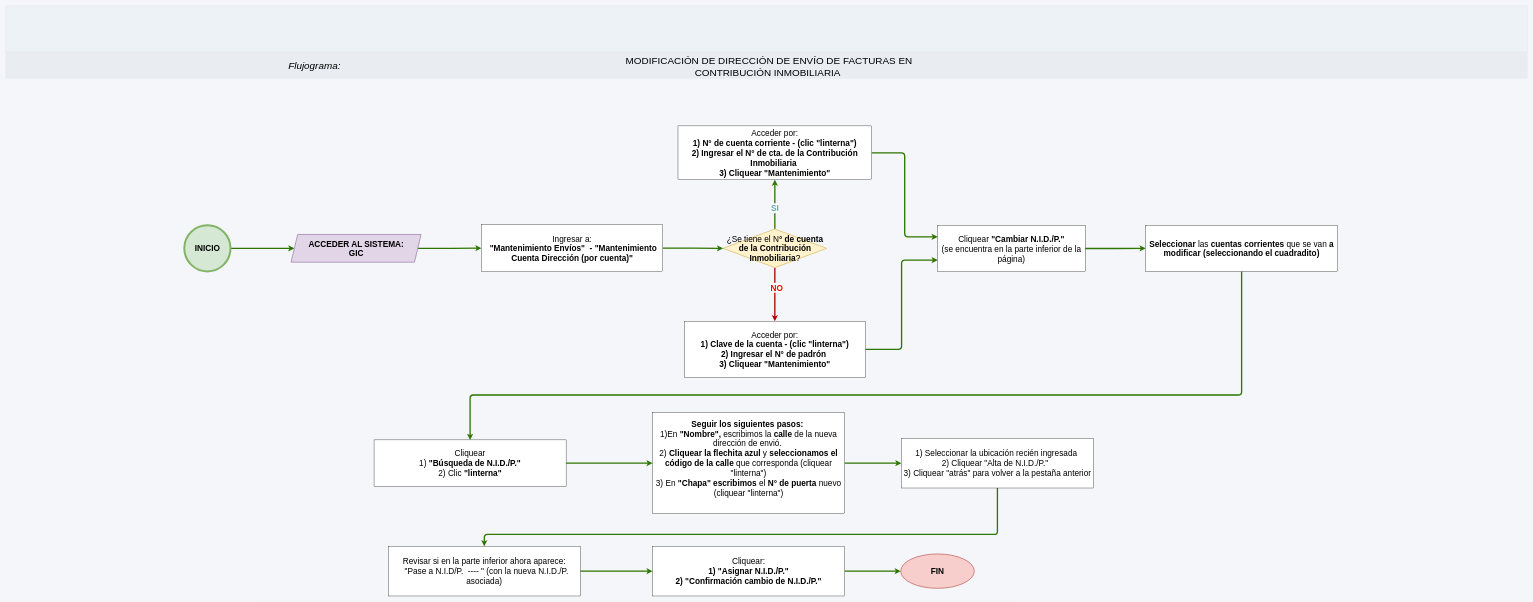
Before: page "Cambio dirección de facturas" (5 of 6) of GIC_contribucion/GIC_contribucion.drawio in adlc20/Manual_de_procedimientos_ccz9, a draw.io diagram. Source tidied: cells renumbered, new cells numbered last; positions are measured from the earlier drawing's top-left corner, leaving out a move shared by most shapes. Both pictures are drawn from the tidied source at 33%, with x=0, y=0 at pixel (6, 6).
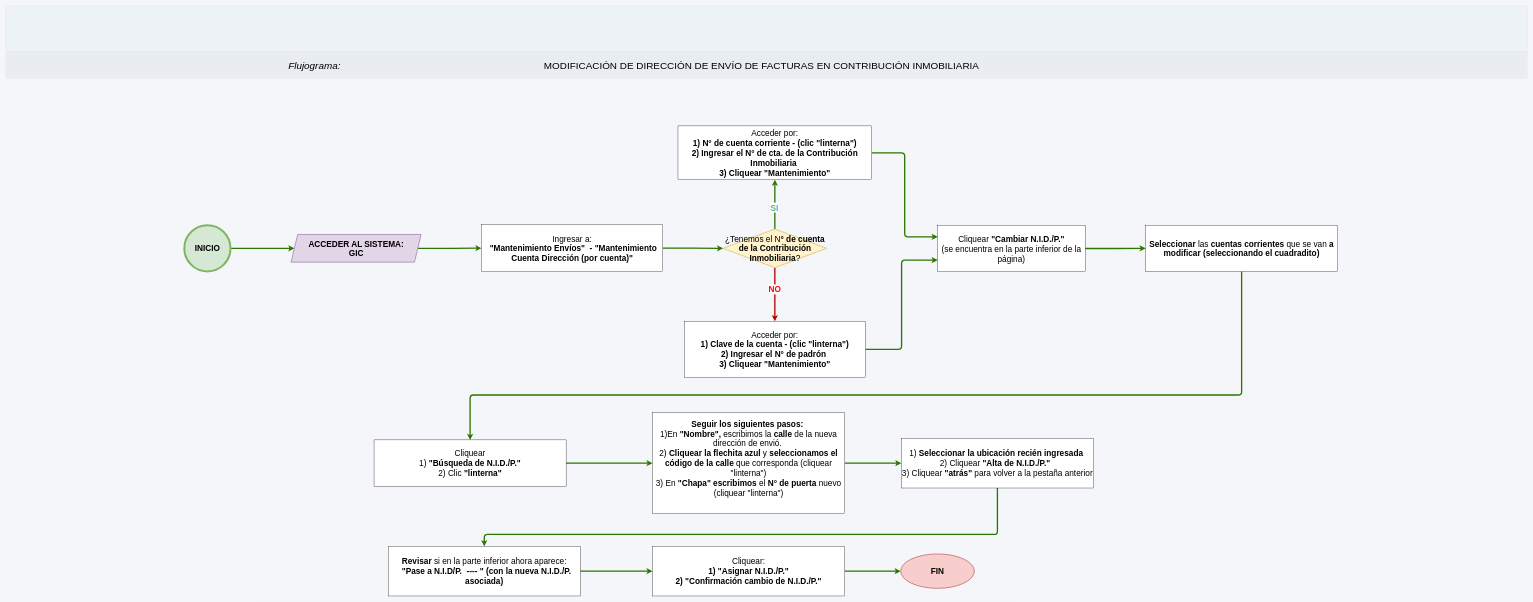
The same diagram, later.

The change refers to these unchanged cells:
```xml
<mxCell id="12" style="edgeStyle=orthogonalEdgeStyle;rounded=0;jettySize=auto;html=1;exitX=0.5;exitY=1;exitDx=0;exitDy=0;fillColor=#e51400;strokeColor=#B20000;strokeWidth=4;" parent="1" edge="1" source="16" target="18">
  <mxGeometry relative="1" as="geometry" />
</mxCell>
<mxCell id="14" style="edgeStyle=orthogonalEdgeStyle;rounded=0;jettySize=auto;html=1;exitX=0.5;exitY=0;exitDx=0;exitDy=0;fillColor=#60a917;strokeColor=#2D7600;strokeWidth=4;" parent="1" edge="1" source="16" target="20">
  <mxGeometry x="0.49" relative="1" as="geometry" />
</mxCell>
```

Change to the diagram source:
```diff
@@
     <mxCell id="5" value="&lt;font style=&quot;font-size: 30px;&quot;&gt;MODIFICACIÓN DE DIRECCIÓN DE ENVÍO DE FACTURAS EN CONTRIBUCIÓN INMOBILIARIA&amp;nbsp;&lt;/font&gt;" style="text;html=1;whiteSpace=wrap;strokeColor=none;fillColor=none;align=center;verticalAlign=middle;rounded=0;" parent="1" vertex="1">
-      <mxGeometry x="1787" y="146" width="1052.1" height="74" as="geometry" />
+      <mxGeometry x="1604" y="145" width="1381" height="74" as="geometry" />
     </mxCell>
@@
     <mxCell id="13" value="&lt;font style=&quot;font-size: 25px;&quot;&gt;&lt;b style=&quot;color: rgb(255, 0, 0);&quot;&gt;NO&lt;/b&gt;&lt;/font&gt;" style="edgeLabel;html=1;align=center;verticalAlign=middle;" parent="12" vertex="1">
       <mxGeometry x="-0.31" y="-4" relative="1" as="geometry">
-        <mxPoint x="9" y="4" as="offset" />
+        <mxPoint x="3" y="9" as="offset" />
       </mxGeometry>
     </mxCell>
@@
     <mxCell id="15" value="&lt;font style=&quot;font-size: 25px; color: rgb(103, 171, 159);&quot;&gt;&lt;b&gt;SI&lt;/b&gt;&lt;/font&gt;" style="edgeLabel;html=1;align=center;verticalAlign=middle;" parent="14" vertex="1">
       <mxGeometry x="-0.18" y="12" relative="1" as="geometry">
-        <mxPoint x="12" y="-3" as="offset" />
+        <mxPoint x="10" y="-5" as="offset" />
       </mxGeometry>
     </mxCell>
-    <mxCell id="16" value="&lt;font&gt;¿Se tiene el N&lt;b&gt;° de cuenta de la Contribución Inmobiliaria&lt;/b&gt;?&lt;/font&gt;" style="rhombus;whiteSpace=wrap;html=1;fillColor=#fff2cc;strokeColor=#d6b656;fontSize=25;strokeWidth=2;" parent="1" vertex="1">
+    <mxCell id="16" value="&lt;font&gt;¿Tenemos el N&lt;b&gt;° de cuenta de la Contribución Inmobiliaria&lt;/b&gt;?&lt;/font&gt;" style="rhombus;whiteSpace=wrap;html=1;fillColor=#fff2cc;strokeColor=#d6b656;fontSize=25;strokeWidth=2;" parent="1" vertex="1">
       <mxGeometry x="2173.5" y="676.5" width="314" height="117" as="geometry" />
     </mxCell>
@@
-    <mxCell id="28" value="&lt;span style=&quot;font-size: 25px;&quot;&gt;&lt;b&gt;Seguir los siguientes pasos:&lt;/b&gt;&amp;nbsp;&lt;/span&gt;&lt;div&gt;&lt;span style=&quot;font-size: 25px;&quot;&gt;1)En&amp;nbsp;&lt;b&gt;&quot;Nombre&quot;,&amp;nbsp;&lt;/b&gt;escribimos la&lt;b&gt; calle &lt;/b&gt;de la nueva dirección de envió.&amp;nbsp;&lt;/span&gt;&lt;/div&gt;&lt;div&gt;&lt;span style=&quot;font-size: 25px;&quot;&gt;2)&lt;b&gt; Cliquear la flechita azul&lt;/b&gt; y &lt;b&gt;seleccionamos el código de la calle&lt;/b&gt; que corresponda (cliquear &quot;linterna&quot;)&lt;/span&gt;&lt;/div&gt;&lt;div&gt;&lt;span style=&quot;font-size: 25px;&quot;&gt;3) En &lt;b&gt;&quot;Chapa&quot;&lt;/b&gt; &lt;b&gt;escribimos&lt;/b&gt; el&lt;b&gt; N° de puerta&lt;/b&gt; nuevo (cliquear &quot;linterna&quot;)&lt;/span&gt;&lt;/div&gt;&lt;div&gt;&lt;span style=&quot;font-size: 25px;&quot;&gt;&lt;br&gt;&lt;/span&gt;&lt;/div&gt;" style="rounded=0;whiteSpace=wrap;html=1;" parent="1" vertex="1">
+    <mxCell id="28" value="&lt;span style=&quot;font-size: 25px;&quot;&gt;&lt;b&gt;Seguir los siguientes pasos:&lt;/b&gt;&amp;nbsp;&lt;/span&gt;&lt;div&gt;&lt;div&gt;&lt;span style=&quot;font-size: 25px;&quot;&gt;1)En&amp;nbsp;&lt;b&gt;&quot;Nombre&quot;,&amp;nbsp;&lt;/b&gt;escribimos la&lt;b&gt; calle &lt;/b&gt;de la nueva dirección de envió.&amp;nbsp;&lt;/span&gt;&lt;/div&gt;&lt;div&gt;&lt;span style=&quot;font-size: 25px;&quot;&gt;2)&lt;b&gt; Cliquear la flechita azul&lt;/b&gt; y &lt;b&gt;seleccionamos el código de la calle&lt;/b&gt; que corresponda (cliquear &quot;linterna&quot;)&lt;/span&gt;&lt;/div&gt;&lt;div&gt;&lt;span style=&quot;font-size: 25px;&quot;&gt;3) En &lt;b&gt;&quot;Chapa&quot;&lt;/b&gt; &lt;b&gt;escribimos&lt;/b&gt; el&lt;b&gt; N° de puerta&lt;/b&gt; nuevo (cliquear &quot;linterna&quot;)&lt;/span&gt;&lt;/div&gt;&lt;div&gt;&lt;span style=&quot;font-size: 25px;&quot;&gt;&lt;br&gt;&lt;/span&gt;&lt;/div&gt;&lt;/div&gt;" style="rounded=0;whiteSpace=wrap;html=1;" parent="1" vertex="1">
       <mxGeometry x="1960" y="1233" width="582" height="306" as="geometry" />
     </mxCell>
@@
-    <mxCell id="30" value="&lt;span style=&quot;font-size: 25px;&quot;&gt;1) Seleccionar la ubicación recién ingresada&amp;nbsp;&lt;/span&gt;&lt;div&gt;&lt;span style=&quot;font-size: 25px;&quot;&gt;2) Cliquear &quot;Alta de N.I.D./P.&quot;&amp;nbsp;&amp;nbsp;&lt;/span&gt;&lt;/div&gt;&lt;div&gt;&lt;span style=&quot;font-size: 25px;&quot;&gt;3) Cliquear &quot;atrás&quot; para volver a la pestaña anterior&lt;/span&gt;&lt;/div&gt;" style="rounded=0;whiteSpace=wrap;html=1;" parent="1" vertex="1">
+    <mxCell id="30" value="&lt;span style=&quot;font-size: 25px;&quot;&gt;1) &lt;b&gt;Seleccionar la ubicación recién ingresada&amp;nbsp;&lt;/b&gt;&lt;/span&gt;&lt;div&gt;&lt;span style=&quot;font-size: 25px;&quot;&gt;2) Cliquear &lt;b&gt;&quot;Alta de N.I.D./P.&quot;&amp;nbsp;&lt;/b&gt;&amp;nbsp;&lt;/span&gt;&lt;/div&gt;&lt;div&gt;&lt;span style=&quot;font-size: 25px;&quot;&gt;3) Cliquear&lt;b&gt; &quot;atrás&quot; &lt;/b&gt;para volver a la pestaña anterior&lt;/span&gt;&lt;/div&gt;" style="rounded=0;whiteSpace=wrap;html=1;" parent="1" vertex="1">
       <mxGeometry x="2714" y="1310.8" width="582" height="150.5" as="geometry" />
     </mxCell>
@@
-    <mxCell id="32" value="&lt;span style=&quot;font-size: 25px;&quot;&gt;Revisar si en la parte inferior ahora aparece:&lt;/span&gt;&lt;div&gt;&lt;div&gt;&lt;span style=&quot;font-size: 25px;&quot;&gt;&amp;nbsp; &quot;Pase a N.I.D/P.&amp;nbsp; ---- &quot; (con la nueva N.I.D./P. asociada)&lt;/span&gt;&lt;/div&gt;&lt;/div&gt;" style="rounded=0;whiteSpace=wrap;html=1;" parent="1" vertex="1">
+    <mxCell id="32" value="&lt;span style=&quot;font-size: 25px;&quot;&gt;&lt;b&gt;Revisar &lt;/b&gt;si en la parte inferior ahora aparece:&lt;/span&gt;&lt;div&gt;&lt;div&gt;&lt;span style=&quot;font-size: 25px;&quot;&gt;&lt;b&gt;&amp;nbsp; &quot;Pase a N.I.D/P.&amp;nbsp; ---- &quot; (con la nueva N.I.D./P. asociada)&lt;/b&gt;&lt;/span&gt;&lt;/div&gt;&lt;/div&gt;" style="rounded=0;whiteSpace=wrap;html=1;" parent="1" vertex="1">
       <mxGeometry x="1159" y="1638" width="582" height="150.5" as="geometry" />
     </mxCell>
```
